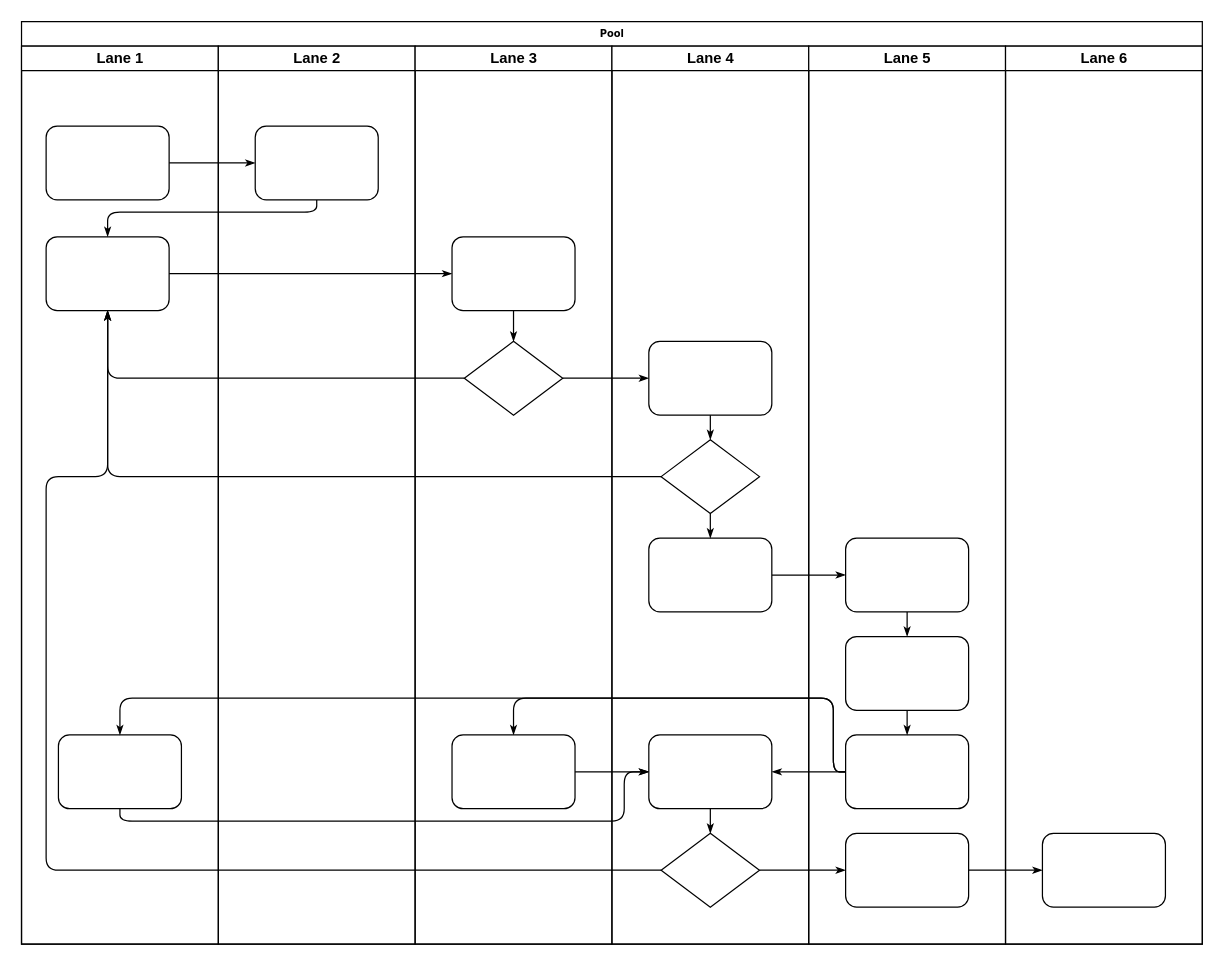
The draw.io diagram MobileViT流程圖.drawio in jihuien/ML100Days, before the edit. Source tidied: cells renumbered, new cells numbered last; positions are measured from the earlier drawing's top-left corner, leaving out a move shared by most shapes. Both pictures are drawn from the tidied source at 123%, with x=0, y=0 at pixel (21, 21).
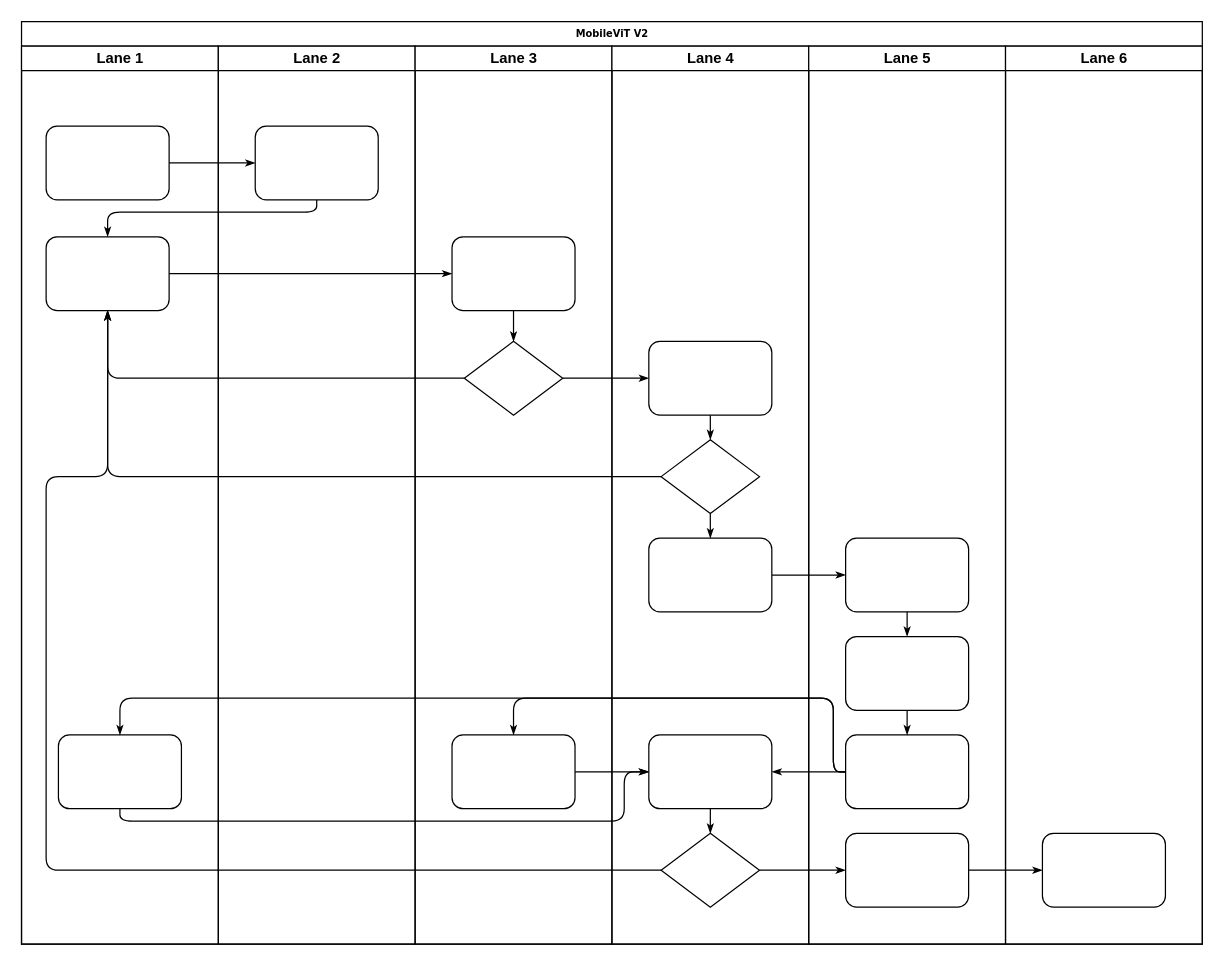
After the change.

Commit message:
更新MobileViT流程圖.drawio

Diff of the diagram source:
```diff
@@
-    <mxCell id="2" value="Pool" style="swimlane;html=1;startSize=20;rounded=0;shadow=0;labelBackgroundColor=none;strokeWidth=1;fontFamily=Verdana;fontSize=8;align=center;" parent="1" vertex="1">
+    <mxCell id="2" value="MobileViT V2" style="swimlane;html=1;startSize=20;rounded=0;shadow=0;labelBackgroundColor=none;strokeWidth=1;fontFamily=Verdana;fontSize=8;align=center;" parent="1" vertex="1">
       <mxGeometry width="960" height="750" as="geometry" />
     </mxCell>
```
